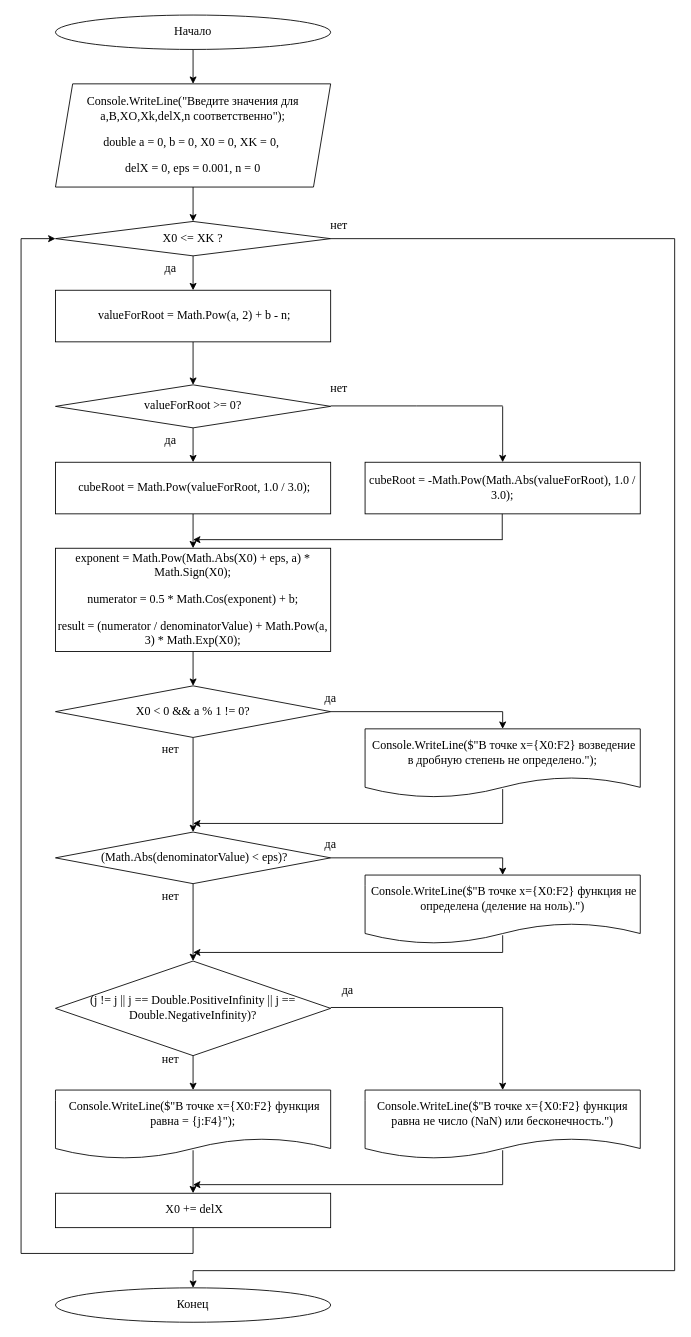
This is Задание 7.drawio from Dimag11/-, a draw.io file, before an edit. Source tidied: cells renumbered, new cells numbered last; positions are measured from the earlier drawing's top-left corner, leaving out a move shared by most shapes. Both pictures are drawn from the tidied source at 86%, with x=0, y=0 at pixel (21, 15).
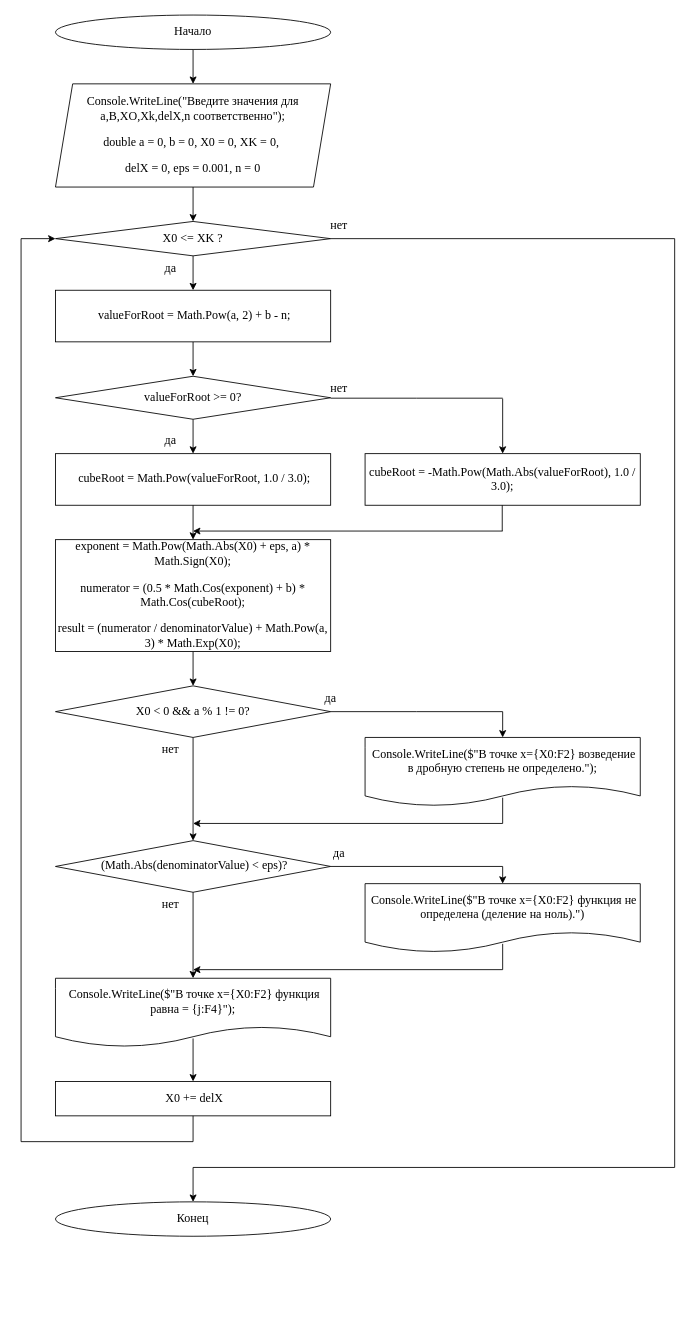
The same page after the edit.

Diff of the diagram source:
```diff
@@
-    <mxCell id="8" value="&lt;p class=&quot;MsoNormal&quot;&gt;exponent = Math.Pow(Math.Abs(X0) + eps, a) * Math.Sign(X0);&lt;/p&gt;&lt;p class=&quot;MsoNormal&quot;&gt;numerator = 0.5 * Math.Cos(exponent) + b;&lt;/p&gt;&lt;p class=&quot;MsoNormal&quot;&gt;result = (numerator / denominatorValue) + Math.Pow(a, 3) * Math.Exp(X0);&lt;/p&gt;" style="rounded=0;whiteSpace=wrap;html=1;fontFamily=Times New Roman;fontSize=14;" parent="1" vertex="1">
-      <mxGeometry x="40" y="620" width="320" height="120" as="geometry" />
+    <mxCell id="8" value="&lt;p class=&quot;MsoNormal&quot;&gt;exponent = Math.Pow(Math.Abs(X0) + eps, a) * Math.Sign(X0);&lt;/p&gt;&lt;p class=&quot;MsoNormal&quot;&gt;numerator = (0.5 * Math.Cos(exponent) + b) * Math.Cos(cubeRoot);&lt;/p&gt;&lt;p class=&quot;MsoNormal&quot;&gt;result = (numerator / denominatorValue) + Math.Pow(a, 3) * Math.Exp(X0);&lt;/p&gt;" style="rounded=0;whiteSpace=wrap;html=1;fontFamily=Times New Roman;fontSize=14;" parent="1" vertex="1">
+      <mxGeometry x="40" y="610" width="320" height="130" as="geometry" />
     </mxCell>
     <mxCell id="9" value="&lt;p class=&quot;MsoNormal&quot;&gt;&lt;font&gt;&lt;span style=&quot;background: rgb(255, 255, 255);&quot;&gt;&amp;nbsp;&lt;/span&gt;&lt;span style=&quot;background: rgb(255, 255, 255);&quot;&gt;Console&lt;/span&gt;&lt;span style=&quot;background: rgb(255, 255, 255);&quot;&gt;.WriteLine(&lt;/span&gt;&lt;span style=&quot;background: rgb(255, 255, 255);&quot;&gt;$&quot;В точке x=&lt;/span&gt;&lt;span style=&quot;background: rgb(255, 255, 255);&quot;&gt;{X0:&lt;/span&gt;&lt;span style=&quot;background: rgb(255, 255, 255);&quot;&gt;F2&lt;/span&gt;&lt;span style=&quot;background: rgb(255, 255, 255);&quot;&gt;}&lt;/span&gt;&lt;span style=&quot;background: rgb(255, 255, 255);&quot;&gt;&amp;nbsp;функция равна = &lt;/span&gt;&lt;span style=&quot;background: rgb(255, 255, 255);&quot;&gt;{j:&lt;/span&gt;&lt;span style=&quot;background: rgb(255, 255, 255);&quot;&gt;F4&lt;/span&gt;&lt;span style=&quot;background: rgb(255, 255, 255);&quot;&gt;}&lt;/span&gt;&lt;span style=&quot;background: rgb(255, 255, 255);&quot;&gt;&quot;&lt;/span&gt;&lt;span style=&quot;background: rgb(255, 255, 255);&quot;&gt;);&lt;/span&gt;&lt;/font&gt;&lt;span style=&quot;background: rgb(255, 255, 255);&quot;&gt;&lt;/span&gt;&lt;/p&gt;" style="shape=document;whiteSpace=wrap;html=1;boundedLbl=1;fontFamily=Times New Roman;fontSize=14;" parent="1" vertex="1">
-      <mxGeometry x="40" y="1250" width="320" height="80" as="geometry" />
+      <mxGeometry x="40" y="1120" width="320" height="80" as="geometry" />
     </mxCell>
     <mxCell id="10" value="&lt;font&gt;&amp;nbsp;X0 += delX&lt;/font&gt;" style="rounded=0;whiteSpace=wrap;html=1;fontFamily=Times New Roman;fontSize=14;" parent="1" vertex="1">
-      <mxGeometry x="40" y="1370" width="320" height="40" as="geometry" />
+      <mxGeometry x="40" y="1240" width="320" height="40" as="geometry" />
     </mxCell>
     <mxCell id="11" value="&lt;font&gt;Конец&lt;/font&gt;" style="ellipse;whiteSpace=wrap;html=1;fontFamily=Times New Roman;fontSize=14;" parent="1" vertex="1">
-      <mxGeometry x="40" y="1480" width="320" height="40" as="geometry" />
+      <mxGeometry x="40" y="1380" width="320" height="40" as="geometry" />
     </mxCell>
@@
     <mxCell id="15" value="valueForRoot &amp;gt;= 0?" style="rhombus;whiteSpace=wrap;html=1;fontFamily=Times New Roman;fontSize=14;" parent="1" vertex="1">
-      <mxGeometry x="40" y="430" width="320" height="50" as="geometry" />
+      <mxGeometry x="40" y="420" width="320" height="50" as="geometry" />
     </mxCell>
-    <mxCell id="16" style="edgeStyle=orthogonalEdgeStyle;rounded=0;jettySize=auto;html=1;fontFamily=Times New Roman;fontSize=14;" parent="1" edge="1" source="17">
-      <mxGeometry relative="1" as="geometry">
-        <mxPoint x="200" y="620" as="targetPoint" />
-      </mxGeometry>
-    </mxCell>
     <mxCell id="17" value="&amp;nbsp;cubeRoot = Math.Pow(valueForRoot, 1.0 / 3.0);" style="rounded=0;whiteSpace=wrap;html=1;fontFamily=Times New Roman;fontSize=14;" parent="1" vertex="1">
-      <mxGeometry x="40" y="520" width="320" height="60" as="geometry" />
+      <mxGeometry x="40" y="510" width="320" height="60" as="geometry" />
     </mxCell>
     <mxCell id="18" style="endArrow=none;html=1;rounded=0;fontFamily=Times New Roman;fontSize=14;" parent="1" edge="1">
       <mxGeometry relative="1" as="geometry">
-        <mxPoint x="360" y="454.5" as="sourcePoint" />
-        <mxPoint x="560" y="454.5" as="targetPoint" />
+        <mxPoint x="360" y="445.5" as="sourcePoint" />
+        <mxPoint x="560" y="445.5" as="targetPoint" />
         <Array as="points">
-          <mxPoint x="460" y="454.5" />
+          <mxPoint x="460" y="445.5" />
         </Array>
       </mxGeometry>
     </mxCell>
     <mxCell id="19" value="cubeRoot = -Math.Pow(Math.Abs(valueForRoot), 1.0 / 3.0);" style="rounded=0;whiteSpace=wrap;html=1;fontFamily=Times New Roman;fontSize=14;" parent="1" vertex="1">
-      <mxGeometry x="400" y="520" width="320" height="60" as="geometry" />
+      <mxGeometry x="400" y="510" width="320" height="60" as="geometry" />
     </mxCell>
     <mxCell id="20" style="endArrow=none;html=1;rounded=0;fontFamily=Times New Roman;fontSize=14;" parent="1" edge="1">
       <mxGeometry relative="1" as="geometry">
-        <mxPoint x="559.5" y="610" as="sourcePoint" />
-        <mxPoint x="559.5" y="580" as="targetPoint" />
+        <mxPoint x="559.5" y="600" as="sourcePoint" />
+        <mxPoint x="559.5" y="570" as="targetPoint" />
       </mxGeometry>
     </mxCell>
-    <mxCell id="21" style="endArrow=classic;html=1;rounded=0;entryX=0.5;entryY=0;entryDx=0;entryDy=0;fontFamily=Times New Roman;fontSize=14;" parent="1" edge="1" target="19">
-      <mxGeometry relative="1" as="geometry">
-        <mxPoint x="560" y="455" as="sourcePoint" />
-      </mxGeometry>
-    </mxCell>
@@
-    <mxCell id="28" style="edgeStyle=orthogonalEdgeStyle;rounded=0;jettySize=auto;html=1;fontFamily=Times New Roman;fontSize=14;" parent="1" edge="1" source="29" target="9">
-      <mxGeometry relative="1" as="geometry" />
-    </mxCell>
-    <mxCell id="29" value="(j != j || j == Double.PositiveInfinity || j == Double.NegativeInfinity)?" style="rhombus;whiteSpace=wrap;html=1;fontFamily=Times New Roman;fontSize=14;" parent="1" vertex="1">
-      <mxGeometry x="40" y="1100" width="320" height="110" as="geometry" />
-    </mxCell>
-    <mxCell id="30" value="&lt;p class=&quot;MsoNormal&quot;&gt;&lt;span style=&quot;background-color: rgb(255, 255, 255);&quot;&gt;Console.WriteLine($&quot;В точке x={X0:F2} функция равна не число (NaN) или бесконечность.&quot;)&lt;/span&gt;&lt;/p&gt;" style="shape=document;whiteSpace=wrap;html=1;boundedLbl=1;fontFamily=Times New Roman;fontSize=14;" parent="1" vertex="1">
-      <mxGeometry x="400" y="1250" width="320" height="80" as="geometry" />
-    </mxCell>
     <mxCell id="31" value="&lt;p class=&quot;MsoNormal&quot;&gt;&lt;span style=&quot;background-color: rgb(255, 255, 255);&quot;&gt;&amp;nbsp;Console.WriteLine($&quot;В точке x={X0:F2} функция не определена (деление на ноль).&quot;)&lt;/span&gt;&lt;/p&gt;" style="shape=document;whiteSpace=wrap;html=1;boundedLbl=1;fontFamily=Times New Roman;fontSize=14;" parent="1" vertex="1">
-      <mxGeometry x="400" y="1000" width="320" height="80" as="geometry" />
+      <mxGeometry x="400" y="1010" width="320" height="80" as="geometry" />
     </mxCell>
     <mxCell id="32" style="endArrow=classic;html=1;rounded=0;fontFamily=Times New Roman;fontSize=14;" parent="1" edge="1">
       <mxGeometry relative="1" as="geometry">
-        <mxPoint x="560" y="610" as="sourcePoint" />
-        <mxPoint x="200" y="610" as="targetPoint" />
+        <mxPoint x="560" y="600" as="sourcePoint" />
+        <mxPoint x="200" y="600" as="targetPoint" />
       </mxGeometry>
     </mxCell>
@@
-    <mxCell id="34" style="edgeStyle=orthogonalEdgeStyle;rounded=0;jettySize=auto;html=1;fontFamily=Times New Roman;fontSize=14;" parent="1" edge="1" source="35" target="29">
-      <mxGeometry relative="1" as="geometry" />
-    </mxCell>
     <mxCell id="35" value="&amp;nbsp;(Math.Abs(denominatorValue) &amp;lt; eps)?" style="rhombus;whiteSpace=wrap;html=1;fontFamily=Times New Roman;fontSize=14;" parent="1" vertex="1">
-      <mxGeometry x="40" y="950" width="320" height="60" as="geometry" />
+      <mxGeometry x="40" y="960" width="320" height="60" as="geometry" />
     </mxCell>
@@
     <mxCell id="38" value="&lt;p class=&quot;MsoNormal&quot;&gt;&lt;span style=&quot;background-color: rgb(255, 255, 255);&quot;&gt;&amp;nbsp;Console.WriteLine($&quot;В точке x={X0:F2} возведение в дробную степень не определено.&quot;);&lt;/span&gt;&lt;/p&gt;" style="shape=document;whiteSpace=wrap;html=1;boundedLbl=1;fontFamily=Times New Roman;fontSize=14;" parent="1" vertex="1">
-      <mxGeometry x="400" y="830" width="320" height="80" as="geometry" />
+      <mxGeometry x="400" y="840" width="320" height="80" as="geometry" />
     </mxCell>
     <mxCell id="39" style="endArrow=none;html=1;rounded=0;fontFamily=Times New Roman;fontSize=14;" parent="1" edge="1">
       <mxGeometry relative="1" as="geometry">
         <mxPoint x="360" y="810" as="sourcePoint" />
         <mxPoint x="560" y="810" as="targetPoint" />
+        <Array as="points">
+          <mxPoint x="460" y="810" />
+        </Array>
       </mxGeometry>
     </mxCell>
-    <mxCell id="40" style="endArrow=classic;html=1;rounded=0;entryX=0.5;entryY=0;entryDx=0;entryDy=0;fontFamily=Times New Roman;fontSize=14;" parent="1" edge="1" target="38">
-      <mxGeometry relative="1" as="geometry">
-        <mxPoint x="560" y="810" as="sourcePoint" />
-      </mxGeometry>
-    </mxCell>
-    <mxCell id="41" style="endArrow=none;html=1;rounded=0;fontFamily=Times New Roman;fontSize=14;" parent="1" edge="1">
-      <mxGeometry relative="1" as="geometry">
-        <mxPoint x="560" y="940" as="sourcePoint" />
-        <mxPoint x="560" y="900" as="targetPoint" />
-      </mxGeometry>
-    </mxCell>
@@
-    <mxCell id="43" style="endArrow=none;html=1;rounded=0;fontFamily=Times New Roman;fontSize=14;" parent="1" edge="1">
-      <mxGeometry relative="1" as="geometry">
-        <mxPoint x="560" y="980" as="sourcePoint" />
-        <mxPoint x="360" y="980" as="targetPoint" />
-      </mxGeometry>
-    </mxCell>
-    <mxCell id="44" style="endArrow=classic;html=1;rounded=0;entryX=0.5;entryY=0;entryDx=0;entryDy=0;fontFamily=Times New Roman;fontSize=14;" parent="1" edge="1" target="31">
-      <mxGeometry relative="1" as="geometry">
-        <mxPoint x="560" y="980" as="sourcePoint" />
-      </mxGeometry>
-    </mxCell>
-    <mxCell id="45" style="endArrow=none;html=1;rounded=0;fontFamily=Times New Roman;fontSize=14;" parent="1" edge="1">
-      <mxGeometry relative="1" as="geometry">
-        <mxPoint x="560" y="1090" as="sourcePoint" />
-        <mxPoint x="560" y="1070" as="targetPoint" />
-      </mxGeometry>
-    </mxCell>
-    <mxCell id="46" style="endArrow=classic;html=1;rounded=0;fontFamily=Times New Roman;fontSize=14;" parent="1" edge="1">
-      <mxGeometry relative="1" as="geometry">
-        <mxPoint x="560" y="1090" as="sourcePoint" />
-        <mxPoint x="200" y="1090" as="targetPoint" />
-      </mxGeometry>
-    </mxCell>
-    <mxCell id="47" style="endArrow=none;html=1;rounded=0;fontFamily=Times New Roman;fontSize=14;" parent="1" edge="1">
-      <mxGeometry relative="1" as="geometry">
-        <mxPoint x="360" y="1154" as="sourcePoint" />
-        <mxPoint x="560" y="1154" as="targetPoint" />
-      </mxGeometry>
-    </mxCell>
-    <mxCell id="48" style="endArrow=classic;html=1;rounded=0;entryX=0.5;entryY=0;entryDx=0;entryDy=0;fontFamily=Times New Roman;fontSize=14;" parent="1" edge="1" target="30">
-      <mxGeometry relative="1" as="geometry">
-        <mxPoint x="560" y="1154" as="sourcePoint" />
-      </mxGeometry>
-    </mxCell>
-    <mxCell id="49" style="endArrow=classic;html=1;rounded=0;entryX=0.5;entryY=0;entryDx=0;entryDy=0;fontFamily=Times New Roman;fontSize=14;" parent="1" edge="1" target="10">
-      <mxGeometry relative="1" as="geometry">
-        <mxPoint x="200" y="1320" as="sourcePoint" />
-      </mxGeometry>
-    </mxCell>
-    <mxCell id="50" style="endArrow=none;html=1;rounded=0;fontFamily=Times New Roman;fontSize=14;" parent="1" edge="1">
-      <mxGeometry relative="1" as="geometry">
-        <mxPoint x="560" y="1360" as="sourcePoint" />
-        <mxPoint x="560" y="1320" as="targetPoint" />
-      </mxGeometry>
-    </mxCell>
-    <mxCell id="51" style="endArrow=classic;html=1;rounded=0;fontFamily=Times New Roman;fontSize=14;" parent="1" edge="1">
-      <mxGeometry relative="1" as="geometry">
-        <mxPoint x="560" y="1360" as="sourcePoint" />
-        <mxPoint x="200" y="1360" as="targetPoint" />
-      </mxGeometry>
-    </mxCell>
-    <mxCell id="52" style="endArrow=none;html=1;rounded=0;fontFamily=Times New Roman;fontSize=14;" parent="1" edge="1">
-      <mxGeometry relative="1" as="geometry">
-        <mxPoint x="200" y="1440" as="sourcePoint" />
-        <mxPoint x="200" y="1410" as="targetPoint" />
-      </mxGeometry>
-    </mxCell>
-    <mxCell id="53" style="endArrow=none;html=1;rounded=0;fontFamily=Times New Roman;fontSize=14;" parent="1" edge="1">
-      <mxGeometry relative="1" as="geometry">
-        <mxPoint y="1440" as="sourcePoint" />
-        <mxPoint x="200" y="1440" as="targetPoint" />
-      </mxGeometry>
-    </mxCell>
-    <mxCell id="54" style="endArrow=none;html=1;rounded=0;fontFamily=Times New Roman;fontSize=14;" parent="1" edge="1">
-      <mxGeometry relative="1" as="geometry">
-        <mxPoint y="1440" as="sourcePoint" />
-        <mxPoint y="260" as="targetPoint" />
-      </mxGeometry>
-    </mxCell>
-    <mxCell id="55" value="да" style="text;html=1;align=center;verticalAlign=middle;whiteSpace=wrap;rounded=0;fontFamily=Times New Roman;fontSize=14;" parent="1" vertex="1">
-      <mxGeometry x="350" y="1120" width="60" height="30" as="geometry" />
-    </mxCell>
-    <mxCell id="56" value="нет" style="text;html=1;align=center;verticalAlign=middle;whiteSpace=wrap;rounded=0;fontFamily=Times New Roman;fontSize=14;" parent="1" vertex="1">
-      <mxGeometry x="144" y="1200" width="60" height="30" as="geometry" />
-    </mxCell>
@@
     <mxCell id="59" value="да" style="text;html=1;align=center;verticalAlign=middle;whiteSpace=wrap;rounded=0;fontFamily=Times New Roman;fontSize=14;" parent="1" vertex="1">
-      <mxGeometry x="330" y="950" width="60" height="30" as="geometry" />
+      <mxGeometry x="340" y="960" width="60" height="30" as="geometry" />
     </mxCell>
     <mxCell id="60" value="нет" style="text;html=1;align=center;verticalAlign=middle;whiteSpace=wrap;rounded=0;fontFamily=Times New Roman;fontSize=14;" parent="1" vertex="1">
-      <mxGeometry x="144" y="1010" width="60" height="30" as="geometry" />
+      <mxGeometry x="144" y="1020" width="60" height="30" as="geometry" />
     </mxCell>
-    <mxCell id="61" style="endArrow=none;html=1;rounded=0;fontFamily=Times New Roman;fontSize=14;" parent="1" edge="1">
-      <mxGeometry relative="1" as="geometry">
-        <mxPoint x="760" y="1460" as="sourcePoint" />
-        <mxPoint x="760" y="260" as="targetPoint" />
-      </mxGeometry>
-    </mxCell>
-    <mxCell id="62" style="endArrow=none;html=1;rounded=0;fontFamily=Times New Roman;fontSize=14;" parent="1" edge="1">
-      <mxGeometry relative="1" as="geometry">
-        <mxPoint x="200" y="1460" as="sourcePoint" />
-        <mxPoint x="760" y="1460" as="targetPoint" />
-      </mxGeometry>
-    </mxCell>
-    <mxCell id="63" style="endArrow=classic;html=1;rounded=0;entryX=0.5;entryY=0;entryDx=0;entryDy=0;fontFamily=Times New Roman;fontSize=14;" parent="1" edge="1" target="11">
-      <mxGeometry relative="1" as="geometry">
-        <mxPoint x="200" y="1460" as="sourcePoint" />
-      </mxGeometry>
-    </mxCell>
+    <mxCell id="64" style="endArrow=classic;html=1;rounded=0;entryX=0.5;entryY=0;entryDx=0;entryDy=0;" parent="1" edge="1" target="38">
+      <mxGeometry relative="1" as="geometry">
+        <mxPoint x="560" y="810" as="sourcePoint" />
+      </mxGeometry>
+    </mxCell>
+    <mxCell id="65" style="endArrow=classic;html=1;rounded=0;entryX=0.5;entryY=0;entryDx=0;entryDy=0;" parent="1" edge="1" target="19">
+      <mxGeometry relative="1" as="geometry">
+        <mxPoint x="560" y="446" as="sourcePoint" />
+      </mxGeometry>
+    </mxCell>
+    <mxCell id="66" style="endArrow=classic;html=1;rounded=0;entryX=0.5;entryY=0;entryDx=0;entryDy=0;" parent="1" edge="1" target="8">
+      <mxGeometry relative="1" as="geometry">
+        <mxPoint x="200" y="570" as="sourcePoint" />
+      </mxGeometry>
+    </mxCell>
+    <mxCell id="67" style="endArrow=classic;html=1;rounded=0;entryX=0.5;entryY=0;entryDx=0;entryDy=0;" parent="1" edge="1" target="9">
+      <mxGeometry relative="1" as="geometry">
+        <mxPoint x="200" y="1020" as="sourcePoint" />
+      </mxGeometry>
+    </mxCell>
+    <mxCell id="68" style="endArrow=none;html=1;rounded=0;" parent="1" edge="1">
+      <mxGeometry relative="1" as="geometry">
+        <mxPoint x="360" y="990" as="sourcePoint" />
+        <mxPoint x="560" y="990" as="targetPoint" />
+      </mxGeometry>
+    </mxCell>
+    <mxCell id="69" style="endArrow=classic;html=1;rounded=0;entryX=0.5;entryY=0;entryDx=0;entryDy=0;" parent="1" edge="1" target="31">
+      <mxGeometry relative="1" as="geometry">
+        <mxPoint x="560" y="990" as="sourcePoint" />
+      </mxGeometry>
+    </mxCell>
+    <mxCell id="70" style="endArrow=none;html=1;rounded=0;" parent="1" edge="1">
+      <mxGeometry relative="1" as="geometry">
+        <mxPoint x="560" y="1080" as="sourcePoint" />
+        <mxPoint x="560" y="1110" as="targetPoint" />
+      </mxGeometry>
+    </mxCell>
+    <mxCell id="71" style="endArrow=classic;html=1;rounded=0;" parent="1" edge="1">
+      <mxGeometry relative="1" as="geometry">
+        <mxPoint x="560" y="1110" as="sourcePoint" />
+        <mxPoint x="200" y="1110" as="targetPoint" />
+      </mxGeometry>
+    </mxCell>
+    <mxCell id="72" style="endArrow=classic;html=1;rounded=0;entryX=0.5;entryY=0;entryDx=0;entryDy=0;" parent="1" edge="1" target="10">
+      <mxGeometry relative="1" as="geometry">
+        <mxPoint x="200" y="1190" as="sourcePoint" />
+      </mxGeometry>
+    </mxCell>
+    <mxCell id="73" style="endArrow=none;html=1;rounded=0;" parent="1" edge="1">
+      <mxGeometry relative="1" as="geometry">
+        <mxPoint x="200" y="1310" as="sourcePoint" />
+        <mxPoint x="200" y="1280" as="targetPoint" />
+      </mxGeometry>
+    </mxCell>
+    <mxCell id="74" style="endArrow=none;html=1;rounded=0;" parent="1" edge="1">
+      <mxGeometry relative="1" as="geometry">
+        <mxPoint y="1310" as="sourcePoint" />
+        <mxPoint x="200" y="1310" as="targetPoint" />
+      </mxGeometry>
+    </mxCell>
+    <mxCell id="75" style="endArrow=none;html=1;rounded=0;" parent="1" edge="1">
+      <mxGeometry relative="1" as="geometry">
+        <mxPoint y="1310" as="sourcePoint" />
+        <mxPoint y="260" as="targetPoint" />
+      </mxGeometry>
+    </mxCell>
+    <mxCell id="76" style="endArrow=none;html=1;rounded=0;" parent="1" edge="1">
+      <mxGeometry relative="1" as="geometry">
+        <mxPoint x="760" y="1340" as="sourcePoint" />
+        <mxPoint x="760" y="260" as="targetPoint" />
+      </mxGeometry>
+    </mxCell>
+    <mxCell id="77" style="endArrow=none;html=1;rounded=0;" parent="1" edge="1">
+      <mxGeometry relative="1" as="geometry">
+        <mxPoint x="200" y="1340" as="sourcePoint" />
+        <mxPoint x="760" y="1340" as="targetPoint" />
+      </mxGeometry>
+    </mxCell>
+    <mxCell id="78" style="endArrow=classic;html=1;rounded=0;entryX=0.5;entryY=0;entryDx=0;entryDy=0;" parent="1" edge="1" target="11">
+      <mxGeometry relative="1" as="geometry">
+        <mxPoint x="200" y="1340" as="sourcePoint" />
+      </mxGeometry>
+    </mxCell>
+    <mxCell id="79" style="endArrow=none;html=1;rounded=0;" parent="1" edge="1">
+      <mxGeometry relative="1" as="geometry">
+        <mxPoint x="560" y="940" as="sourcePoint" />
+        <mxPoint x="560" y="910" as="targetPoint" />
+      </mxGeometry>
+    </mxCell>
```
